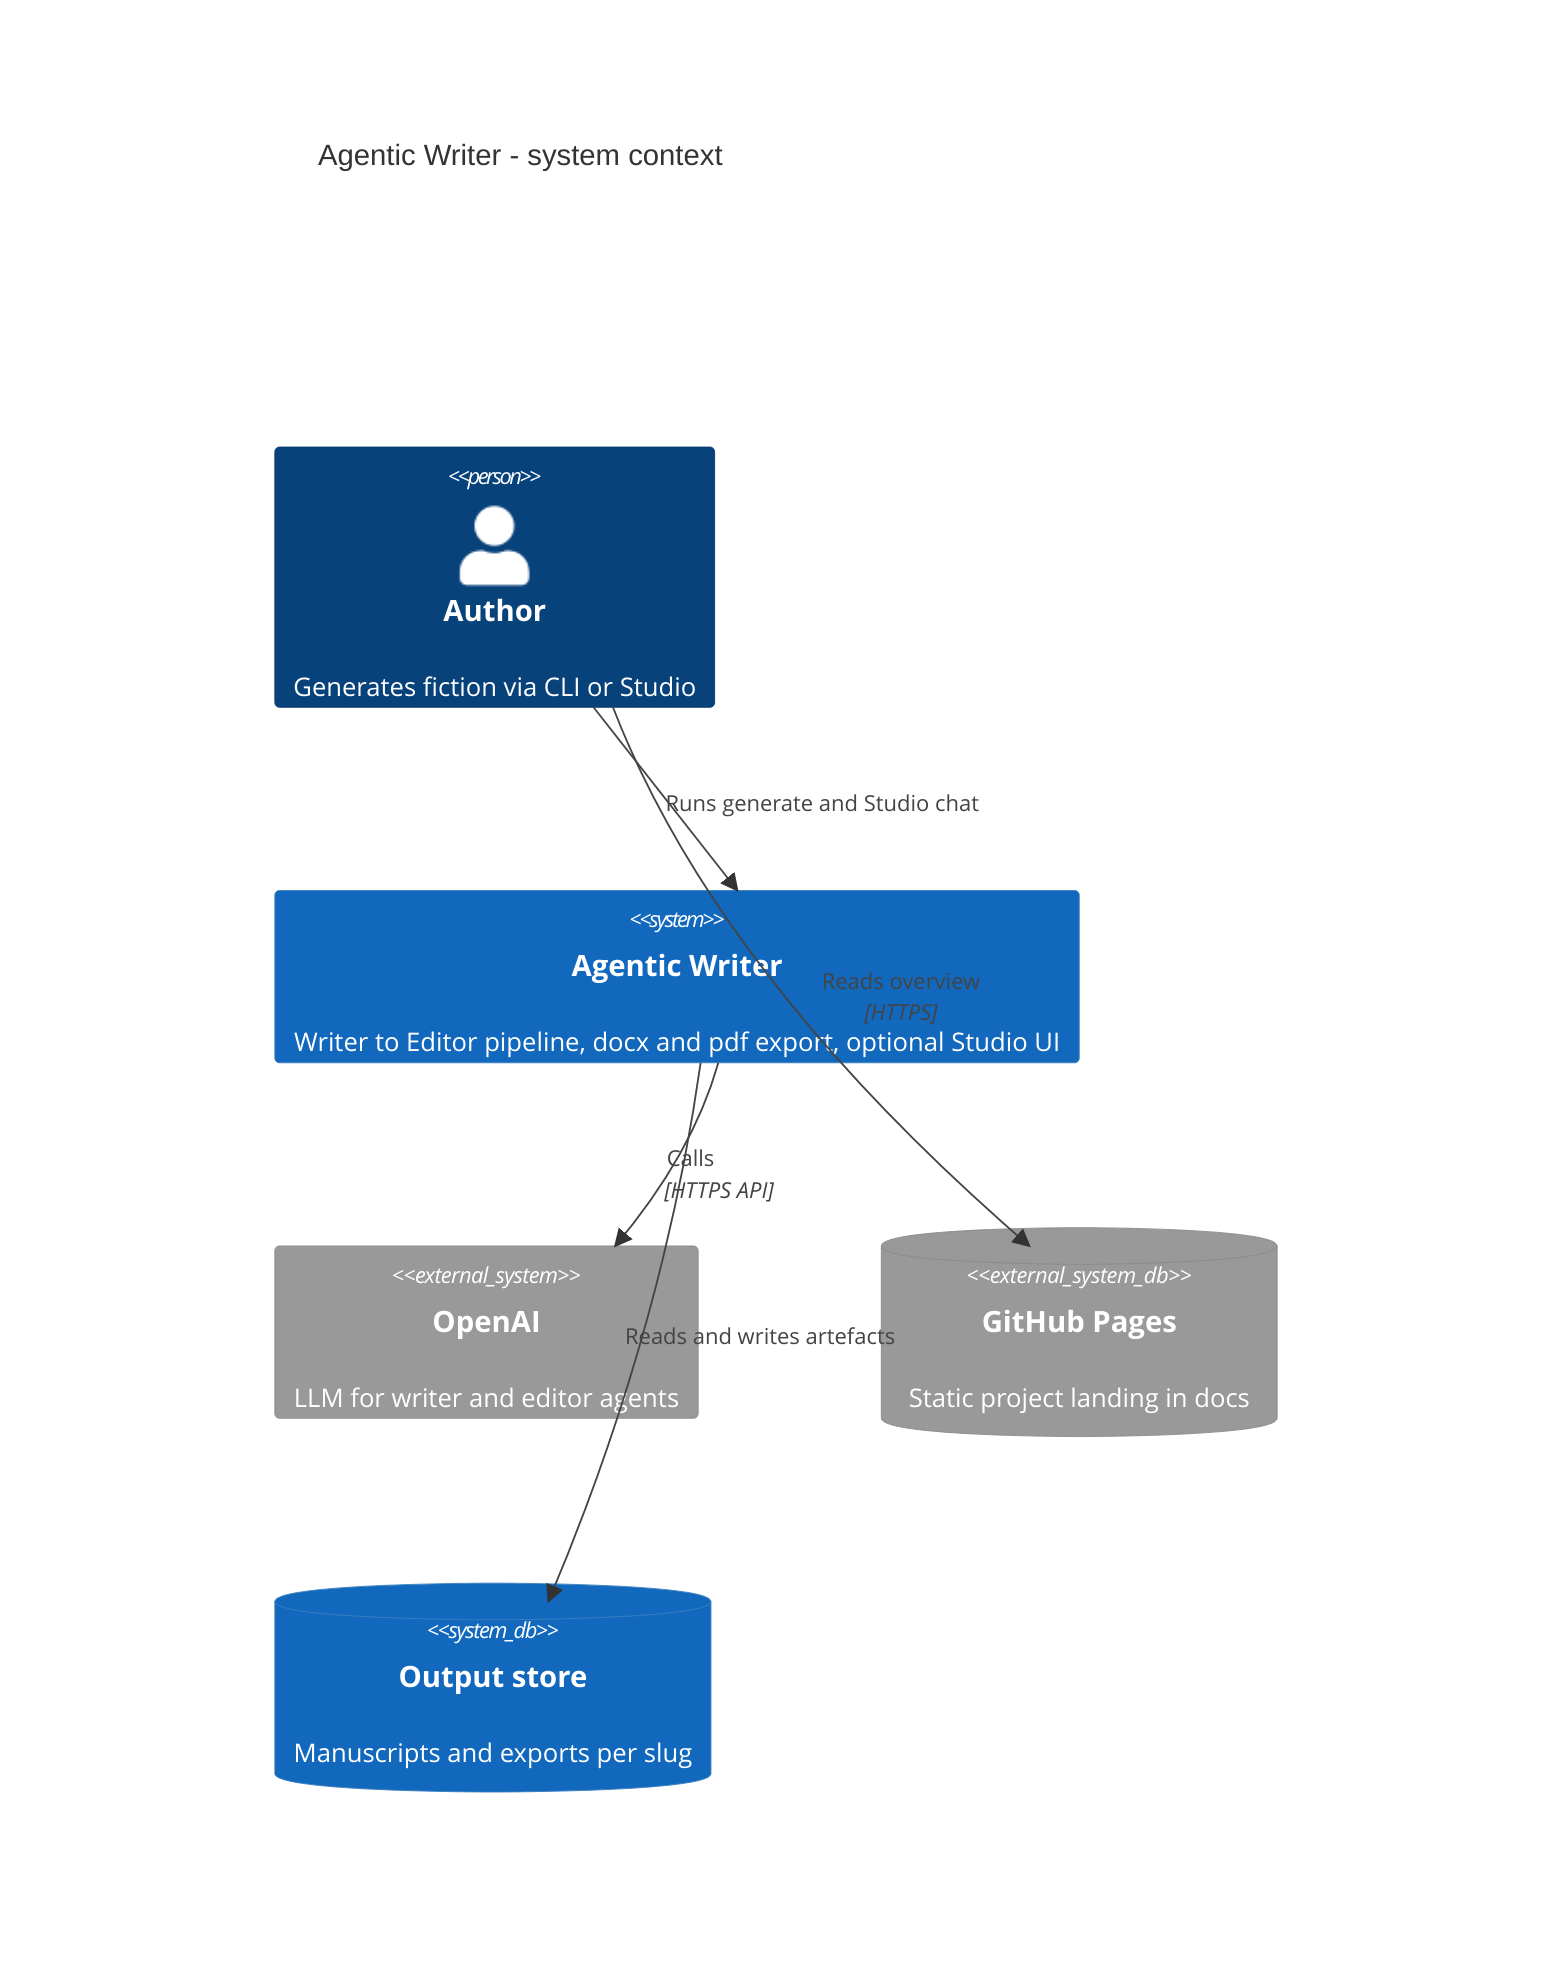
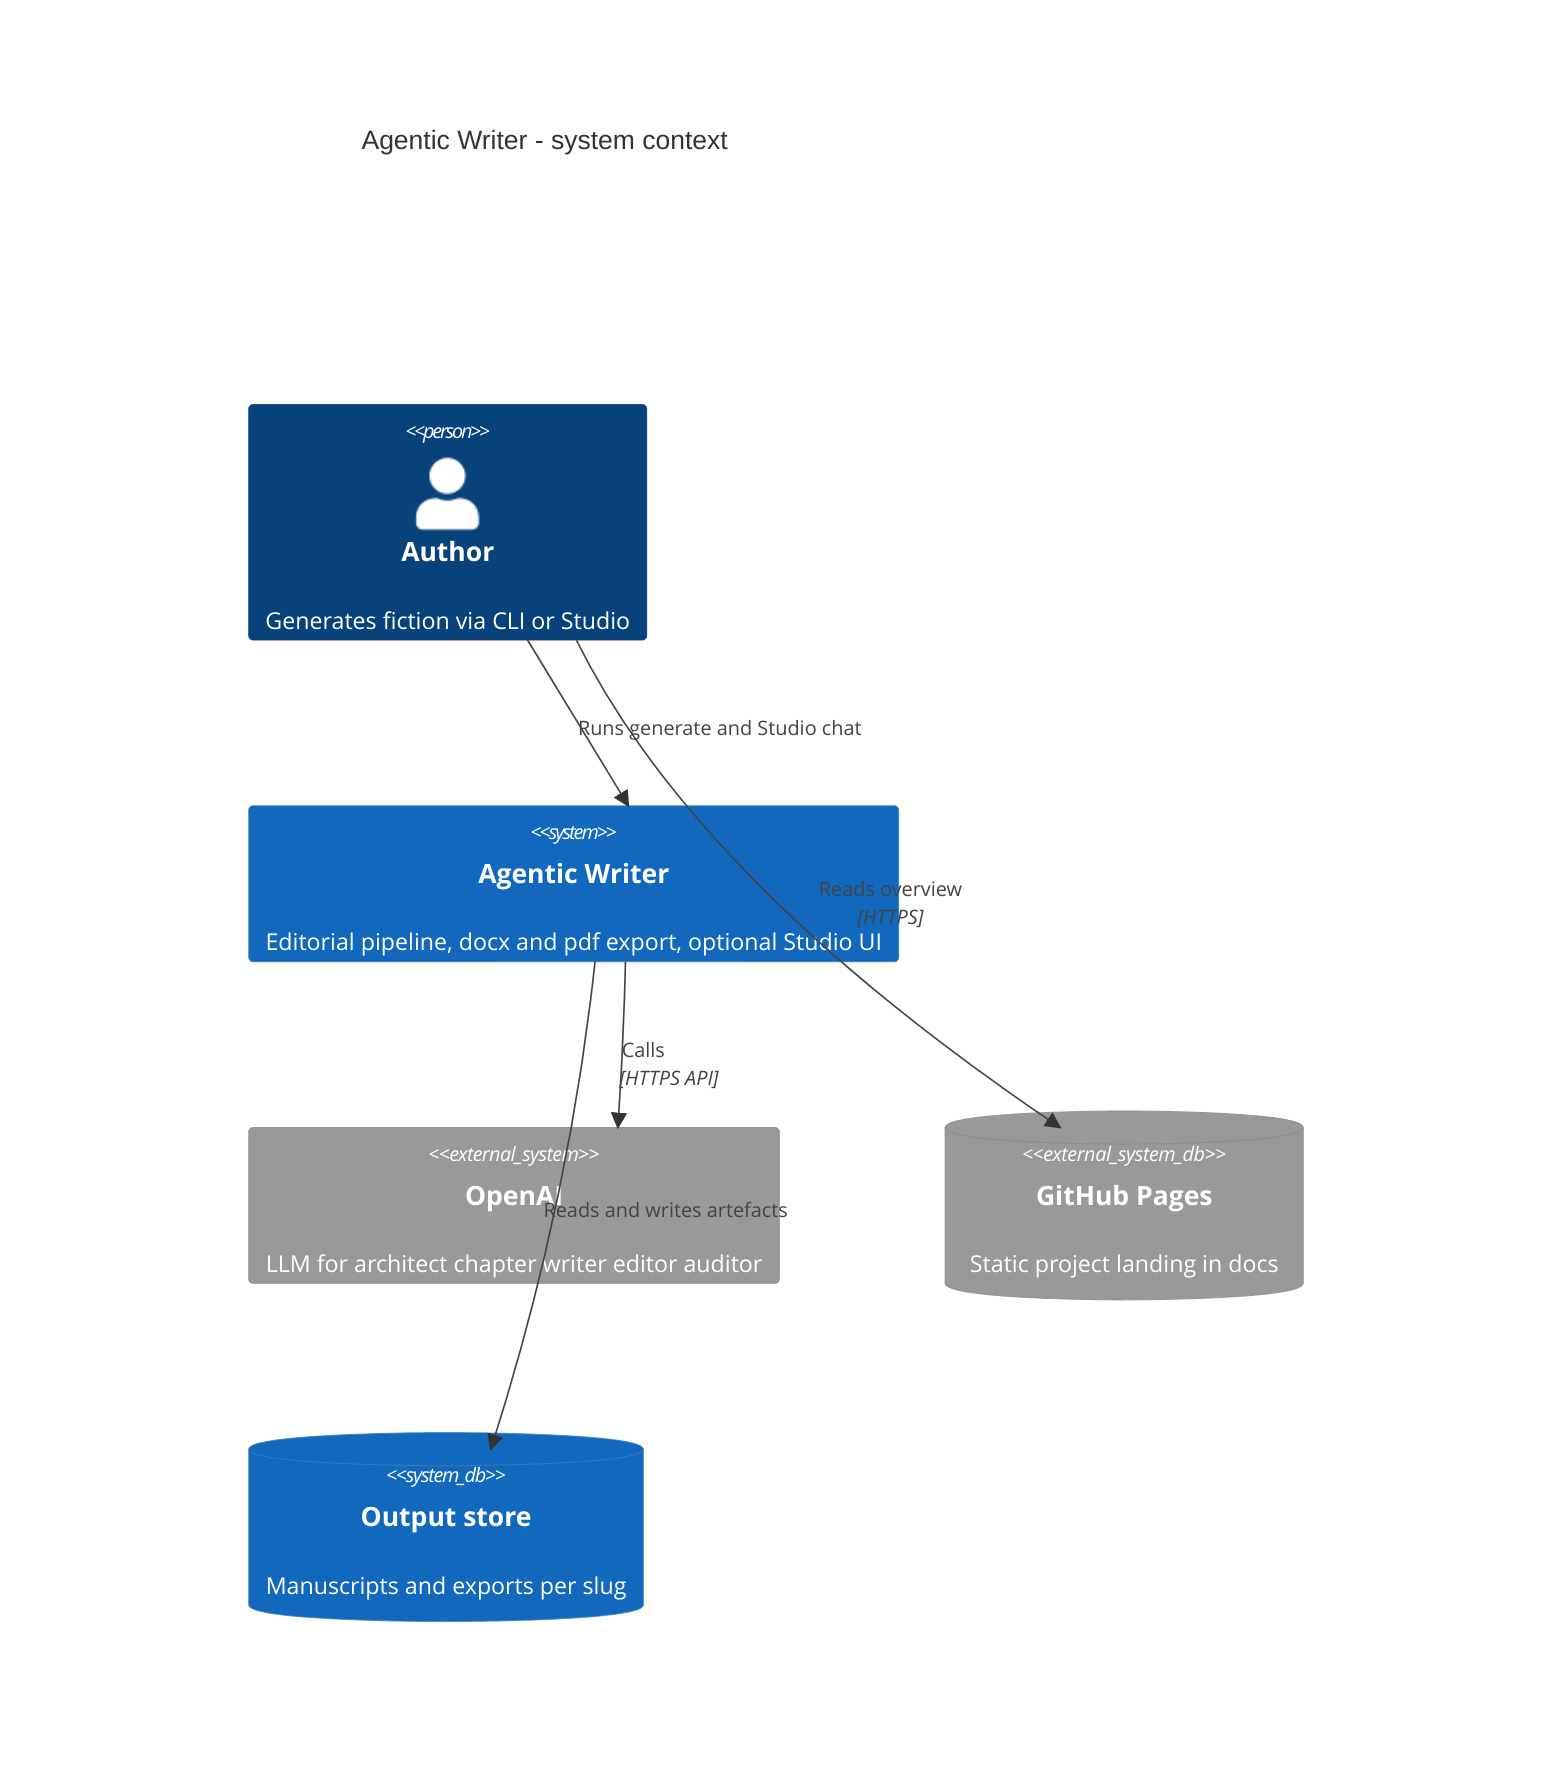
C4Context
  title Agentic Writer - system context

  Person(author, "Author", "Generates fiction via CLI or Studio")
-   System(aw, "Agentic Writer", "Writer to Editor pipeline, docx and pdf export, optional Studio UI")
-   System_Ext(openai, "OpenAI", "LLM for writer and editor agents")
+   System(aw, "Agentic Writer", "Editorial pipeline, docx and pdf export, optional Studio UI")
+   System_Ext(openai, "OpenAI", "LLM for architect chapter writer editor auditor")
  SystemDb_Ext(pages, "GitHub Pages", "Static project landing in docs")
  SystemDb(output, "Output store", "Manuscripts and exports per slug")

  Rel(author, aw, "Runs generate and Studio chat")
  Rel(aw, openai, "Calls", "HTTPS API")
  Rel(aw, output, "Reads and writes artefacts")
  Rel(author, pages, "Reads overview", "HTTPS")
